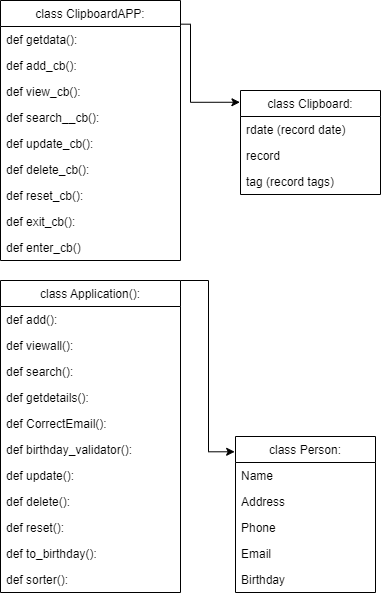
This is Untitled Diagram.png from ValkoYurii/PythonWeb-GoIT, a draw.io export, as it was before one commit. Source tidied: cells renumbered, new cells last; positions are measured from the earlier drawing's top-left corner, leaving out a move shared by most shapes.
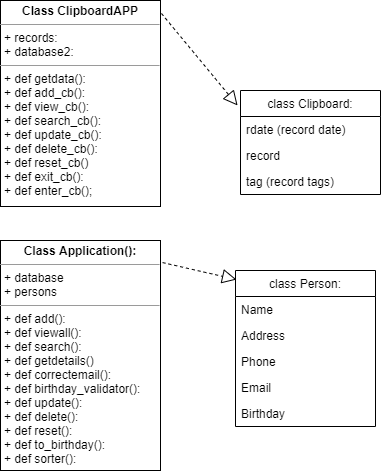
Later version of the same file.

Change to the diagram source:
```diff
@@ -15,7 +15,7 @@
       <mxGeometry y="78" width="140" height="26" as="geometry" />
     </mxCell>
     <mxCell id="6" value="class Person:" style="swimlane;fontStyle=0;horizontal=1;startSize=26;fillColor=none;" parent="1" vertex="1">
-      <mxGeometry x="235" y="436" width="140" height="156" as="geometry" />
+      <mxGeometry x="235" y="270" width="140" height="156" as="geometry" />
     </mxCell>
     <mxCell id="7" value="Name" style="text;strokeColor=none;fillColor=none;align=left;verticalAlign=top;spacingLeft=4;spacingRight=4;overflow=hidden;" parent="6" vertex="1">
       <mxGeometry y="26" width="140" height="26" as="geometry" />
@@ -32,87 +32,17 @@
     <mxCell id="11" value="Birthday&#10;" style="text;strokeColor=none;fillColor=none;align=left;verticalAlign=top;spacingLeft=4;spacingRight=4;overflow=hidden;" parent="6" vertex="1">
       <mxGeometry y="130" width="140" height="26" as="geometry" />
     </mxCell>
-    <mxCell id="12" style="edgeStyle=orthogonalEdgeStyle;rounded=0;jettySize=auto;html=1;exitX=1.004;exitY=0.091;exitDx=0;exitDy=0;entryX=-0.004;entryY=0.113;entryDx=0;entryDy=0;entryPerimeter=0;exitPerimeter=0;" parent="1" edge="1" source="13" target="2">
-      <mxGeometry relative="1" as="geometry">
-        <Array as="points">
-          <mxPoint x="190" y="24" />
-          <mxPoint x="190" y="102" />
-        </Array>
-      </mxGeometry>
-    </mxCell>
-    <mxCell id="13" value="class ClipboardAPP:" style="swimlane;fontStyle=0;horizontal=1;startSize=26;fillColor=none;" parent="1" vertex="1">
-      <mxGeometry width="180" height="260" as="geometry" />
-    </mxCell>
-    <mxCell id="14" value="def getdata():" style="text;strokeColor=none;fillColor=none;align=left;verticalAlign=top;spacingLeft=4;spacingRight=4;overflow=hidden;" parent="13" vertex="1">
-      <mxGeometry y="26" width="180" height="26" as="geometry" />
-    </mxCell>
-    <mxCell id="15" value="def add_cb():" style="text;strokeColor=none;fillColor=none;align=left;verticalAlign=top;spacingLeft=4;spacingRight=4;overflow=hidden;" parent="13" vertex="1">
-      <mxGeometry y="52" width="180" height="26" as="geometry" />
-    </mxCell>
-    <mxCell id="16" value="def view_cb():" style="text;strokeColor=none;fillColor=none;align=left;verticalAlign=top;spacingLeft=4;spacingRight=4;overflow=hidden;" parent="13" vertex="1">
-      <mxGeometry y="78" width="180" height="26" as="geometry" />
-    </mxCell>
-    <mxCell id="17" value="def search__cb():" style="text;strokeColor=none;fillColor=none;align=left;verticalAlign=top;spacingLeft=4;spacingRight=4;overflow=hidden;" parent="13" vertex="1">
-      <mxGeometry y="104" width="180" height="26" as="geometry" />
-    </mxCell>
-    <mxCell id="18" value="def update_cb():" style="text;strokeColor=none;fillColor=none;align=left;verticalAlign=top;spacingLeft=4;spacingRight=4;overflow=hidden;" parent="13" vertex="1">
-      <mxGeometry y="130" width="180" height="26" as="geometry" />
-    </mxCell>
-    <mxCell id="19" value="def delete_cb():" style="text;strokeColor=none;fillColor=none;align=left;verticalAlign=top;spacingLeft=4;spacingRight=4;overflow=hidden;" parent="13" vertex="1">
-      <mxGeometry y="156" width="180" height="26" as="geometry" />
-    </mxCell>
-    <mxCell id="20" value="def reset_cb():" style="text;strokeColor=none;fillColor=none;align=left;verticalAlign=top;spacingLeft=4;spacingRight=4;overflow=hidden;" parent="13" vertex="1">
-      <mxGeometry y="182" width="180" height="26" as="geometry" />
-    </mxCell>
-    <mxCell id="21" value="def exit_cb():" style="text;strokeColor=none;fillColor=none;align=left;verticalAlign=top;spacingLeft=4;spacingRight=4;overflow=hidden;" parent="13" vertex="1">
-      <mxGeometry y="208" width="180" height="26" as="geometry" />
-    </mxCell>
-    <mxCell id="22" value="def enter_cb()" style="text;strokeColor=none;fillColor=none;align=left;verticalAlign=top;spacingLeft=4;spacingRight=4;overflow=hidden;" parent="13" vertex="1">
-      <mxGeometry y="234" width="180" height="26" as="geometry" />
-    </mxCell>
-    <mxCell id="23" style="edgeStyle=orthogonalEdgeStyle;rounded=0;jettySize=auto;html=1;exitX=1;exitY=0;exitDx=0;exitDy=0;entryX=-0.006;entryY=0.098;entryDx=0;entryDy=0;entryPerimeter=0;" parent="1" edge="1" source="24" target="6">
-      <mxGeometry relative="1" as="geometry">
-        <Array as="points">
-          <mxPoint x="208" y="280" />
-          <mxPoint x="208" y="451" />
-        </Array>
-      </mxGeometry>
-    </mxCell>
-    <mxCell id="24" value="class Application():" style="swimlane;fontStyle=0;horizontal=1;startSize=26;fillColor=none;" parent="1" vertex="1">
-      <mxGeometry y="280" width="180" height="312" as="geometry" />
-    </mxCell>
-    <mxCell id="25" value="def add():" style="text;strokeColor=none;fillColor=none;align=left;verticalAlign=top;spacingLeft=4;spacingRight=4;overflow=hidden;" parent="24" vertex="1">
-      <mxGeometry y="26" width="180" height="26" as="geometry" />
-    </mxCell>
-    <mxCell id="26" value="def viewall():" style="text;strokeColor=none;fillColor=none;align=left;verticalAlign=top;spacingLeft=4;spacingRight=4;overflow=hidden;" parent="24" vertex="1">
-      <mxGeometry y="52" width="180" height="26" as="geometry" />
-    </mxCell>
-    <mxCell id="27" value="def search():" style="text;strokeColor=none;fillColor=none;align=left;verticalAlign=top;spacingLeft=4;spacingRight=4;overflow=hidden;" parent="24" vertex="1">
-      <mxGeometry y="78" width="180" height="26" as="geometry" />
-    </mxCell>
-    <mxCell id="28" value="def getdetails():" style="text;strokeColor=none;fillColor=none;align=left;verticalAlign=top;spacingLeft=4;spacingRight=4;overflow=hidden;" parent="24" vertex="1">
-      <mxGeometry y="104" width="180" height="26" as="geometry" />
-    </mxCell>
-    <mxCell id="29" value="def CorrectEmail():" style="text;strokeColor=none;fillColor=none;align=left;verticalAlign=top;spacingLeft=4;spacingRight=4;overflow=hidden;" parent="24" vertex="1">
-      <mxGeometry y="130" width="180" height="26" as="geometry" />
-    </mxCell>
-    <mxCell id="30" value="def birthday_validator():" style="text;strokeColor=none;fillColor=none;align=left;verticalAlign=top;spacingLeft=4;spacingRight=4;overflow=hidden;" parent="24" vertex="1">
-      <mxGeometry y="156" width="180" height="26" as="geometry" />
-    </mxCell>
-    <mxCell id="31" value="def update():" style="text;strokeColor=none;fillColor=none;align=left;verticalAlign=top;spacingLeft=4;spacingRight=4;overflow=hidden;" parent="24" vertex="1">
-      <mxGeometry y="182" width="180" height="26" as="geometry" />
-    </mxCell>
-    <mxCell id="32" value="def delete():" style="text;strokeColor=none;fillColor=none;align=left;verticalAlign=top;spacingLeft=4;spacingRight=4;overflow=hidden;" parent="24" vertex="1">
-      <mxGeometry y="208" width="180" height="26" as="geometry" />
-    </mxCell>
-    <mxCell id="33" value="def reset():" style="text;strokeColor=none;fillColor=none;align=left;verticalAlign=top;spacingLeft=4;spacingRight=4;overflow=hidden;" parent="24" vertex="1">
-      <mxGeometry y="234" width="180" height="26" as="geometry" />
-    </mxCell>
-    <mxCell id="34" value="def to_birthday():" style="text;strokeColor=none;fillColor=none;align=left;verticalAlign=top;spacingLeft=4;spacingRight=4;overflow=hidden;" parent="24" vertex="1">
-      <mxGeometry y="260" width="180" height="26" as="geometry" />
-    </mxCell>
-    <mxCell id="35" value="def sorter():" style="text;strokeColor=none;fillColor=none;align=left;verticalAlign=top;spacingLeft=4;spacingRight=4;overflow=hidden;" parent="24" vertex="1">
-      <mxGeometry y="286" width="180" height="26" as="geometry" />
-    </mxCell>
+    <mxCell id="36" value="&lt;p style=&quot;margin: 0px ; margin-top: 4px ; text-align: center&quot;&gt;&lt;b&gt;Class ClipboardAPP&lt;/b&gt;&lt;/p&gt;&lt;hr size=&quot;1&quot;&gt;&lt;p style=&quot;margin: 0px ; margin-left: 4px&quot;&gt;+ records:&lt;/p&gt;&lt;p style=&quot;margin: 0px ; margin-left: 4px&quot;&gt;+ database2:&lt;/p&gt;&lt;hr size=&quot;1&quot;&gt;&lt;p style=&quot;margin: 0px ; margin-left: 4px&quot;&gt;+ def getdata():&lt;/p&gt;&lt;p style=&quot;margin: 0px ; margin-left: 4px&quot;&gt;+ def add_cb():&lt;/p&gt;&lt;p style=&quot;margin: 0px ; margin-left: 4px&quot;&gt;+ def view_cb():&lt;/p&gt;&lt;p style=&quot;margin: 0px ; margin-left: 4px&quot;&gt;+ def search_cb():&lt;/p&gt;&lt;p style=&quot;margin: 0px ; margin-left: 4px&quot;&gt;+ def update_cb():&lt;/p&gt;&lt;p style=&quot;margin: 0px ; margin-left: 4px&quot;&gt;+ def delete_cb():&lt;/p&gt;&lt;p style=&quot;margin: 0px ; margin-left: 4px&quot;&gt;+ def reset_cb()&lt;/p&gt;&lt;p style=&quot;margin: 0px ; margin-left: 4px&quot;&gt;+ def exit_cb():&lt;/p&gt;&lt;p style=&quot;margin: 0px ; margin-left: 4px&quot;&gt;+ def enter_cb();&lt;/p&gt;" style="verticalAlign=top;align=left;overflow=fill;fontSize=12;fontFamily=Helvetica;html=1;" parent="1" vertex="1">
+      <mxGeometry width="160" height="206" as="geometry" />
+    </mxCell>
+    <mxCell id="37" value="&lt;p style=&quot;margin: 0px ; margin-top: 4px ; text-align: center&quot;&gt;&lt;b&gt;Class Application():&lt;/b&gt;&lt;/p&gt;&lt;hr size=&quot;1&quot;&gt;&lt;p style=&quot;margin: 0px ; margin-left: 4px&quot;&gt;+ database&lt;/p&gt;&lt;p style=&quot;margin: 0px ; margin-left: 4px&quot;&gt;+ persons&lt;/p&gt;&lt;hr size=&quot;1&quot;&gt;&lt;p style=&quot;margin: 0px ; margin-left: 4px&quot;&gt;+ def add():&lt;/p&gt;&lt;p style=&quot;margin: 0px ; margin-left: 4px&quot;&gt;+ def viewall():&lt;br&gt;&lt;/p&gt;&lt;p style=&quot;margin: 0px ; margin-left: 4px&quot;&gt;+ def search():&lt;/p&gt;&lt;p style=&quot;margin: 0px ; margin-left: 4px&quot;&gt;+ def getdetails()&lt;/p&gt;&lt;p style=&quot;margin: 0px ; margin-left: 4px&quot;&gt;+ def correctemail():&lt;/p&gt;&lt;p style=&quot;margin: 0px ; margin-left: 4px&quot;&gt;+ def birthday_validator():&lt;/p&gt;&lt;p style=&quot;margin: 0px ; margin-left: 4px&quot;&gt;+ def update():&lt;/p&gt;&lt;p style=&quot;margin: 0px ; margin-left: 4px&quot;&gt;+ def delete():&lt;/p&gt;&lt;p style=&quot;margin: 0px ; margin-left: 4px&quot;&gt;+ def reset():&lt;/p&gt;&lt;p style=&quot;margin: 0px ; margin-left: 4px&quot;&gt;+ def to_birthday():&lt;/p&gt;&lt;p style=&quot;margin: 0px ; margin-left: 4px&quot;&gt;+ def sorter():&lt;/p&gt;" style="verticalAlign=top;align=left;overflow=fill;fontSize=12;fontFamily=Helvetica;html=1;" parent="1" vertex="1">
+      <mxGeometry y="240" width="160" height="230" as="geometry" />
+    </mxCell>
+    <mxCell id="38" style="endArrow=block;dashed=1;endFill=0;endSize=12;html=1;exitX=1.013;exitY=0.096;exitDx=0;exitDy=0;entryX=0.007;entryY=0.058;entryDx=0;entryDy=0;entryPerimeter=0;exitPerimeter=0;" parent="1" edge="1" source="37" target="6">
+      <mxGeometry relative="1" as="geometry" />
+    </mxCell>
+    <mxCell id="39" style="endArrow=block;dashed=1;endFill=0;endSize=12;html=1;exitX=1.006;exitY=0.063;exitDx=0;exitDy=0;entryX=-0.021;entryY=0.144;entryDx=0;entryDy=0;entryPerimeter=0;exitPerimeter=0;" parent="1" edge="1" source="36" target="2">
+      <mxGeometry relative="1" as="geometry" />
+    </mxCell>
   </root>
 </mxGraphModel>
```
